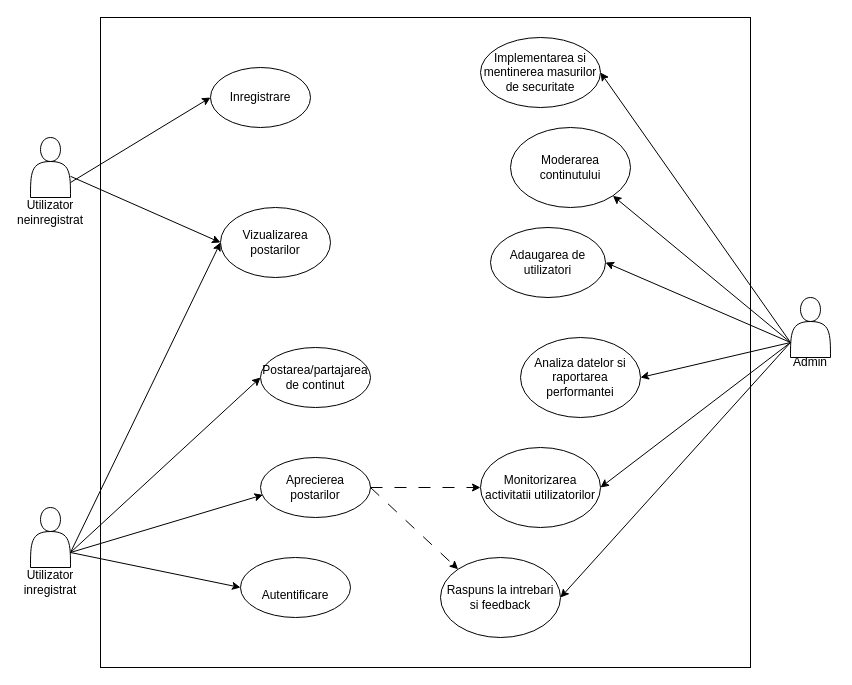
Before: diagrama.drawio in deliasfetcu/proiect-blana-isp, a draw.io diagram. Source tidied: cells renumbered, new cells numbered last; positions are measured from the earlier drawing's top-left corner, leaving out a move shared by most shapes. Both pictures are drawn from the tidied source at 100%, with x=0, y=0 at pixel (20, 17).
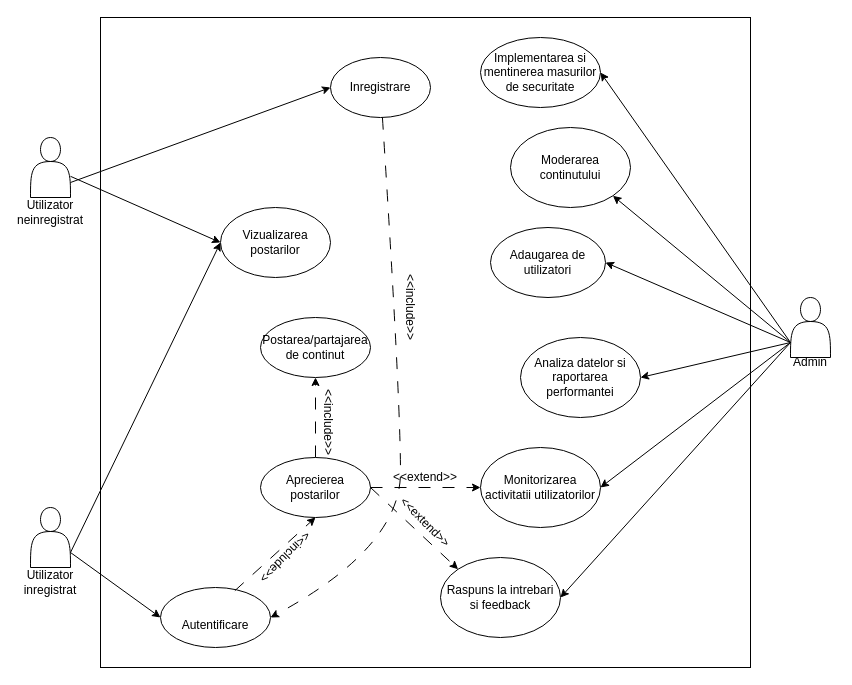
Above is the later version.

Unchanged cells that the change refers to:
```xml
<mxCell id="4" style="shape=actor;whiteSpace=wrap;html=1;" parent="1" vertex="1">
  <mxGeometry x="10" y="490" width="40" height="60" as="geometry" />
</mxCell>
<mxCell id="30" value="Aprecierea postarilor" style="ellipse;whiteSpace=wrap;html=1;" parent="1" vertex="1">
  <mxGeometry x="240" y="440" width="110" height="60" as="geometry" />
</mxCell>
```

What changed in the source:
```diff
@@
     <mxCell id="24" value="Inregistrare" style="ellipse;whiteSpace=wrap;html=1;" parent="1" vertex="1">
-      <mxGeometry x="190" y="50" width="100" height="60" as="geometry" />
+      <mxGeometry x="310" y="40" width="100" height="60" as="geometry" />
     </mxCell>
@@
     <mxCell id="26" value="&lt;br&gt;Autentificare&lt;br&gt;" style="ellipse;whiteSpace=wrap;html=1;" parent="1" vertex="1">
-      <mxGeometry x="220" y="540" width="110" height="60" as="geometry" />
+      <mxGeometry x="140" y="570" width="110" height="60" as="geometry" />
     </mxCell>
@@
     <mxCell id="28" value="Postarea/partajarea de continut" style="ellipse;whiteSpace=wrap;html=1;" parent="1" vertex="1">
-      <mxGeometry x="240" y="330" width="110" height="60" as="geometry" />
+      <mxGeometry x="240" y="300" width="110" height="60" as="geometry" />
     </mxCell>
-    <mxCell id="29" style="endArrow=classic;html=1;rounded=0;exitX=1;exitY=0.75;exitDx=0;exitDy=0;entryX=0;entryY=0.5;entryDx=0;entryDy=0;" parent="1" edge="1" source="4" target="28">
+    <mxCell id="29" style="endArrow=classic;html=1;rounded=0;entryX=0.5;entryY=1;entryDx=0;entryDy=0;dashed=1;dashPattern=12 12;" parent="1" edge="1" source="30" target="28">
       <mxGeometry relative="1" as="geometry" />
     </mxCell>
@@
-    <mxCell id="31" style="endArrow=classic;html=1;rounded=0;exitX=1;exitY=0.75;exitDx=0;exitDy=0;entryX=0.022;entryY=0.623;entryDx=0;entryDy=0;entryPerimeter=0;" parent="1" edge="1" source="4" target="30">
-      <mxGeometry relative="1" as="geometry" />
+    <mxCell id="31" style="endArrow=classic;html=1;rounded=0;exitX=0.676;exitY=0.053;exitDx=0;exitDy=0;exitPerimeter=0;dashed=1;dashPattern=12 12;" parent="1" edge="1" source="26">
+      <mxGeometry relative="1" as="geometry">
+        <mxPoint x="295" y="500" as="targetPoint" />
+      </mxGeometry>
     </mxCell>
@@
+    <mxCell id="34" value="&amp;lt;&amp;lt;extend&amp;gt;&amp;gt;" style="text;html=1;strokeColor=none;fillColor=none;align=center;verticalAlign=middle;whiteSpace=wrap;rounded=0;" parent="1" vertex="1">
+      <mxGeometry x="380" y="450" width="50" height="20" as="geometry" />
+    </mxCell>
+    <mxCell id="35" value="&amp;lt;&amp;lt;extend&amp;gt;&amp;gt;" style="text;html=1;strokeColor=none;fillColor=none;align=center;verticalAlign=middle;whiteSpace=wrap;rounded=0;rotation=45;" parent="1" vertex="1">
+      <mxGeometry x="380" y="500" width="50" height="10" as="geometry" />
+    </mxCell>
+    <mxCell id="36" value="&amp;lt;&amp;lt;include&amp;gt;&amp;gt;" style="text;html=1;strokeColor=none;fillColor=none;align=center;verticalAlign=middle;whiteSpace=wrap;rounded=0;rotation=-225;" parent="1" vertex="1">
+      <mxGeometry x="240" y="530" width="50" height="20" as="geometry" />
+    </mxCell>
+    <mxCell id="37" value="&amp;lt;&amp;lt;include&amp;gt;&amp;gt;" style="text;html=1;strokeColor=none;fillColor=none;align=center;verticalAlign=middle;whiteSpace=wrap;rounded=0;rotation=90;" parent="1" vertex="1">
+      <mxGeometry x="280" y="400" width="55" height="10" as="geometry" />
+    </mxCell>
+    <mxCell id="38" style="curved=1;endArrow=classic;html=1;entryX=1;entryY=0.5;entryDx=0;entryDy=0;dashed=1;dashPattern=12 12;" parent="1" edge="1" source="24" target="26">
+      <mxGeometry relative="1" as="geometry">
+        <Array as="points">
+          <mxPoint x="380" y="380" />
+          <mxPoint x="380" y="530" />
+        </Array>
+      </mxGeometry>
+    </mxCell>
+    <mxCell id="39" value="&amp;lt;&amp;lt;include&amp;gt;&amp;gt;" style="text;html=1;strokeColor=none;fillColor=none;align=center;verticalAlign=middle;whiteSpace=wrap;rounded=0;rotation=90;" parent="1" vertex="1">
+      <mxGeometry x="360" y="280" width="60" height="20" as="geometry" />
+    </mxCell>
```
